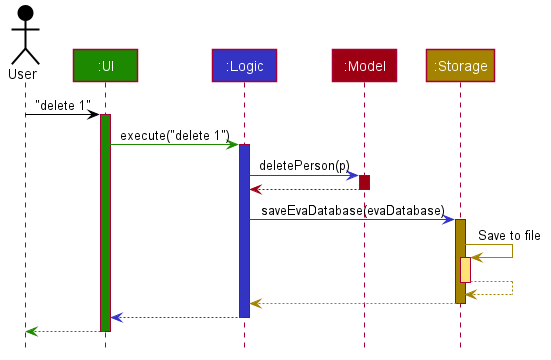
Earlier version of the PlantUML export docs/images/ArchitectureSequenceDiagram.png (nus-cs2103-AY2021S1/tp).
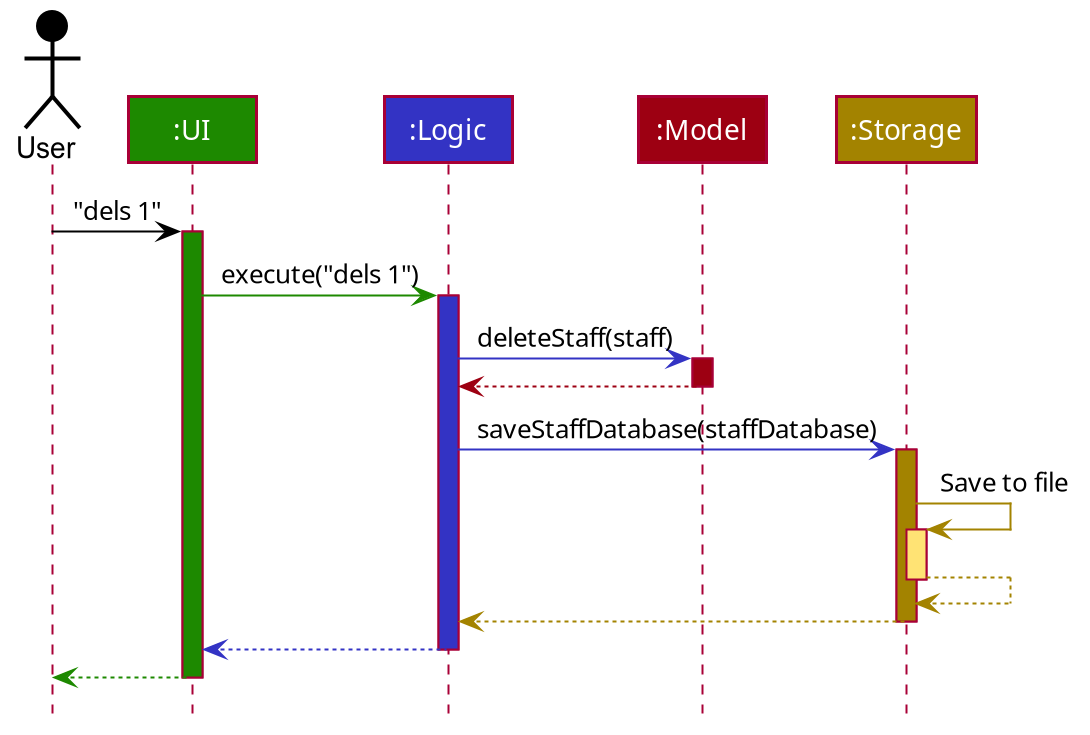
After the change.

What changed in the source:
```diff
@@ -55,19 +55,19 @@
 Participant ":Model" as model #9D0012
 Participant ":Storage" as storage #A38300
 
-user -[#000000]> ui : "delete 1"
+user -[#000000]> ui : "dels 1"
 activate ui #1D8900
 
-ui -[#1D8900]> logic : execute("delete 1")
+ui -[#1D8900]> logic : execute("dels 1")
 activate logic #3333C4
 
-logic -[#3333C4]> model : deletePerson(p)
+logic -[#3333C4]> model : deleteStaff(staff)
 activate model #9D0012
 
 model -[#9D0012]-> logic
 deactivate model
 
-logic -[#3333C4]> storage : saveEvaDatabase(evaDatabase)
+logic -[#3333C4]> storage : saveStaffDatabase(staffDatabase)
 activate storage #A38300
 
 storage -[#A38300]> storage : Save to file
```
